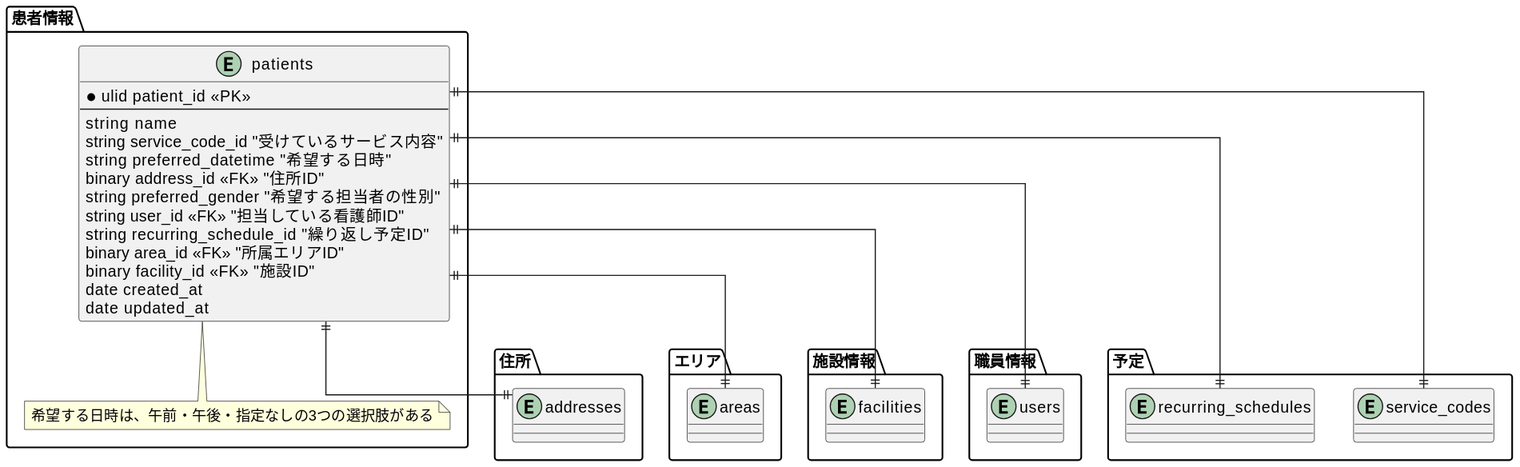
The PlantUML diagram src/diagrams-svg/ER/tables/patients.svg in Fukuemon/buddy_design_docs, before a commit.
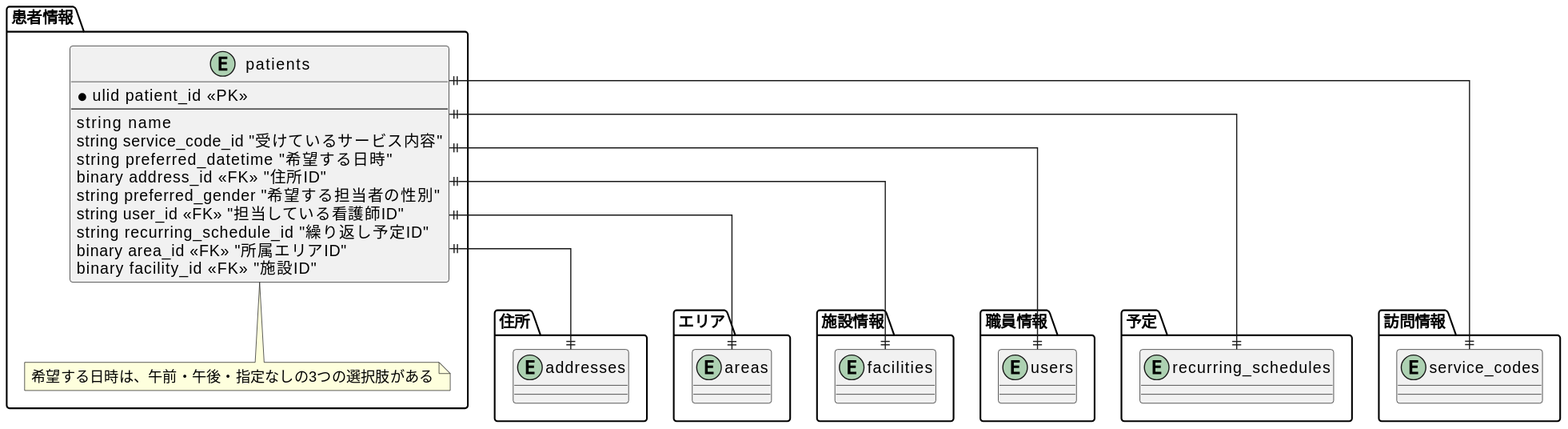
The same file after the commit.

Diff of the diagram source:
```diff
@@ -14,8 +14,6 @@
     string recurring_schedule_id "繰り返し予定ID"
     binary area_id <<FK>> "所属エリアID"
     binary facility_id <<FK>> "施設ID"
-    date created_at
-    date updated_at
   }
   note bottom of patients
   希望する日時は、午前・午後・指定なしの3つの選択肢がある
@@ -40,6 +38,9 @@
 
 package 予定 {
   entity recurring_schedules
+}
+
+package 訪問情報 {
   entity service_codes
 }
 
```
